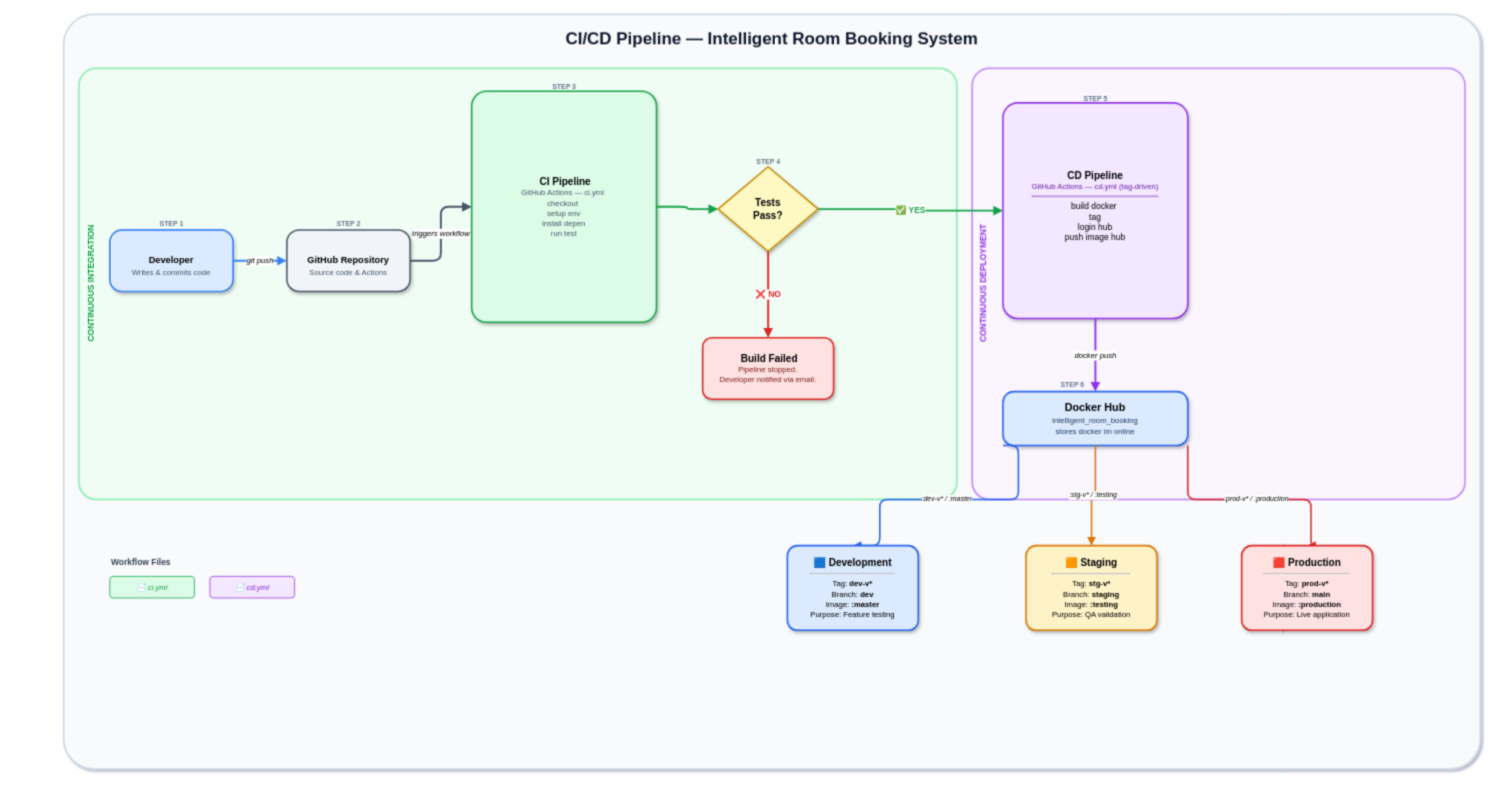
Above: CICD_DIAGRAM.drawio in chhounoudom59-crypto/room_booking- (draw.io), before the change. Source tidied: cells renumbered, new cells numbered last; positions are measured from the earlier drawing's top-left corner, leaving out a move shared by most shapes. Both pictures are drawn from the tidied source at 77%, with x=0, y=0 at pixel (63, 14).
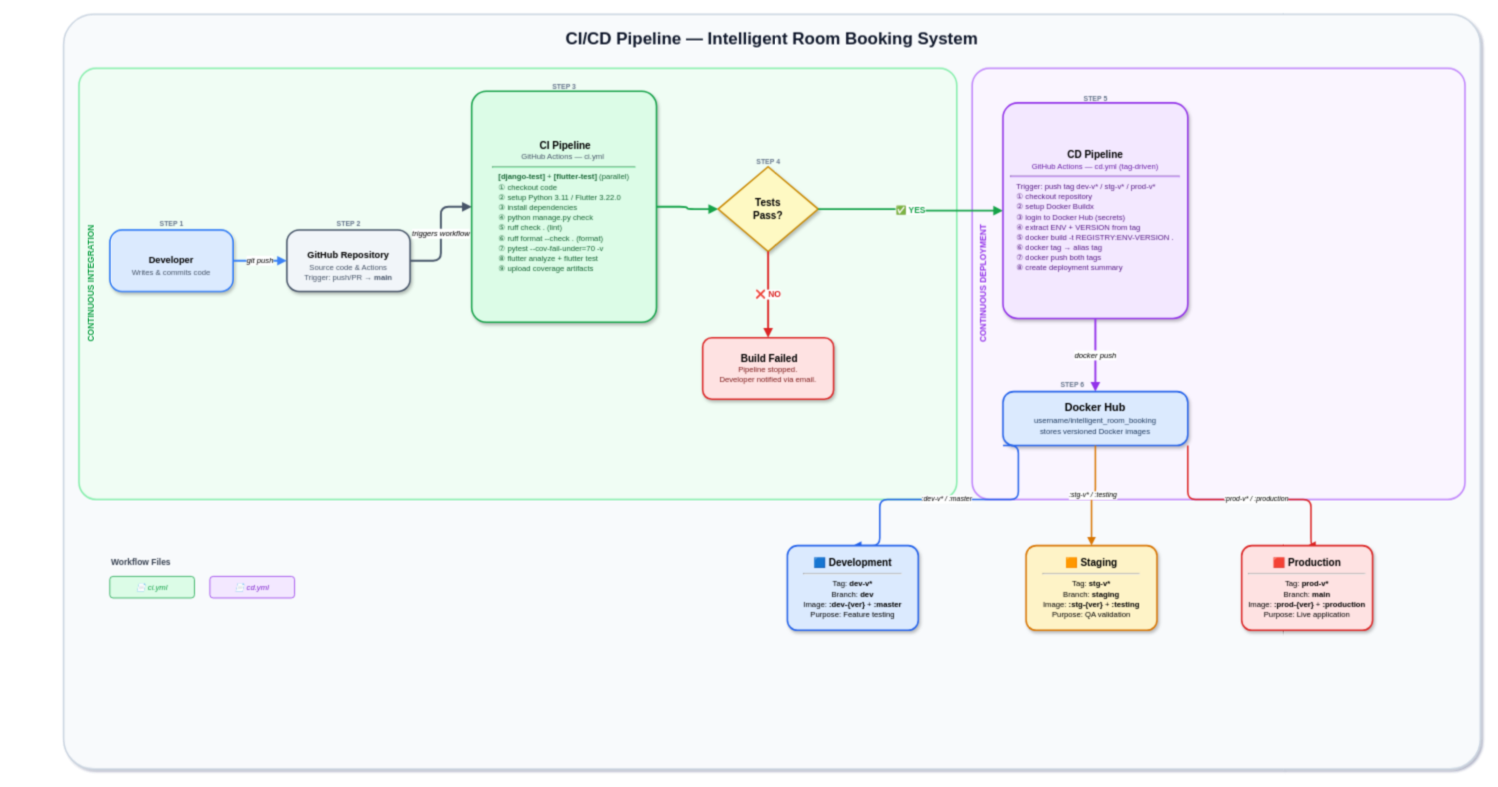
The same page after the edit.

Diff of the diagram source:
```diff
@@
-    <mxCell id="9" value="&lt;br&gt;&lt;b&gt;GitHub Repository&lt;/b&gt;&lt;br&gt;&lt;font style=&quot;font-size: 10px; color: rgb(71, 85, 105);&quot;&gt;Source code &amp;amp; Actions&lt;/font&gt;" style="rounded=1;whiteSpace=wrap;html=1;fillColor=#f1f5f9;strokeColor=#475569;strokeWidth=2;fontSize=12;fontStyle=0;arcSize=20;shadow=1;" parent="1" vertex="1">
+    <mxCell id="9" value="&lt;br&gt;&lt;b&gt;GitHub Repository&lt;/b&gt;&lt;br&gt;&lt;font style=&quot;font-size: 10px; color: rgb(71, 85, 105);&quot;&gt;Source code &amp;amp; Actions&lt;br/&gt;Trigger: push/PR → &lt;b&gt;main&lt;/b&gt;&lt;/font&gt;" style="rounded=1;whiteSpace=wrap;html=1;fillColor=#f1f5f9;strokeColor=#475569;strokeWidth=2;fontSize=12;fontStyle=0;arcSize=20;shadow=1;" parent="1" vertex="1">
       <mxGeometry x="290" y="280" width="160" height="80" as="geometry" />
     </mxCell>
@@
-    <mxCell id="12" value="&lt;b style=&quot;font-size:13px&quot;&gt;&amp;nbsp;CI Pipeline&lt;/b&gt;&lt;br&gt;&lt;font style=&quot;font-size: 10px; color: rgb(71, 85, 105);&quot;&gt;GitHub Actions — ci.yml&amp;nbsp;&lt;/font&gt;&lt;font style=&quot;font-size:11px&quot;&gt;&lt;br&gt;&lt;/font&gt;&lt;div&gt;&lt;font style=&quot;font-size: 10px; color: rgb(71, 85, 105);&quot;&gt;checkout&amp;nbsp;&lt;/font&gt;&lt;/div&gt;&lt;div&gt;&lt;font style=&quot;font-size: 10px; color: rgb(71, 85, 105);&quot;&gt;setup env&lt;/font&gt;&lt;/div&gt;&lt;div&gt;&lt;font style=&quot;font-size: 10px; color: rgb(71, 85, 105);&quot;&gt;install depen&lt;/font&gt;&lt;/div&gt;&lt;div&gt;&lt;font style=&quot;font-size: 10px; color: rgb(71, 85, 105);&quot;&gt;run test&lt;/font&gt;&lt;/div&gt;" style="rounded=1;whiteSpace=wrap;html=1;fillColor=#dcfce7;strokeColor=#16a34a;strokeWidth=2;fontSize=11;align=center;arcSize=8;shadow=1;spacingTop=6;spacingBottom=6;" parent="1" vertex="1">
+    <mxCell id="12" value="&lt;b style=&quot;font-size:13px&quot;&gt;&amp;nbsp;CI Pipeline&lt;/b&gt;&lt;br&gt;&lt;font style=&quot;font-size: 10px; color: rgb(71, 85, 105);&quot;&gt;GitHub Actions — ci.yml&amp;nbsp;&lt;/font&gt;&lt;hr style=&quot;border-color:#86efac;&quot;/&gt;&lt;div style=&quot;text-align:left;padding:0 8px;&quot;&gt;&lt;font style=&quot;font-size: 10px; color: rgb(22, 101, 52);&quot;&gt;&lt;b&gt;[django-test]&lt;/b&gt; + &lt;b&gt;[flutter-test]&lt;/b&gt; (parallel)&lt;br/&gt;① checkout code&lt;br/&gt;② setup Python 3.11 / Flutter 3.22.0&lt;br/&gt;③ install dependencies&lt;br/&gt;④ python manage.py check&lt;br/&gt;⑤ ruff check . (lint)&lt;br/&gt;⑥ ruff format --check . (format)&lt;br/&gt;⑦ pytest --cov-fail-under=70 -v&lt;br/&gt;⑧ flutter analyze + flutter test&lt;br/&gt;⑨ upload coverage artifacts&lt;/font&gt;&lt;/div&gt;" style="rounded=1;whiteSpace=wrap;html=1;fillColor=#dcfce7;strokeColor=#16a34a;strokeWidth=2;fontSize=11;align=center;arcSize=8;shadow=1;spacingTop=6;spacingBottom=6;" parent="1" vertex="1">
       <mxGeometry x="530" y="100" width="240" height="300" as="geometry" />
     </mxCell>
@@
-    <mxCell id="18" value="&lt;b style=&quot;font-size:13px&quot;&gt;CD Pipeline&lt;/b&gt;&lt;br&gt;&lt;font style=&quot;font-size: 10px; color: rgb(107, 33, 168);&quot;&gt;GitHub Actions — cd.yml (tag-driven)&lt;/font&gt;&lt;div&gt;&lt;hr style=&quot;border-color: rgb(192, 132, 252);&quot;&gt;&lt;font style=&quot;color: light-dark(rgb(0, 0, 0), rgb(153, 153, 255));&quot;&gt;build docker&amp;nbsp;&lt;/font&gt;&lt;/div&gt;&lt;div&gt;&lt;font style=&quot;color: light-dark(rgb(0, 0, 0), rgb(204, 153, 255));&quot;&gt;tag&lt;/font&gt;&lt;/div&gt;&lt;div&gt;&lt;font style=&quot;color: light-dark(rgb(0, 0, 0), rgb(204, 153, 255));&quot;&gt;login hub&lt;/font&gt;&lt;/div&gt;&lt;div&gt;&lt;font style=&quot;color: light-dark(rgb(0, 0, 0), rgb(204, 153, 255));&quot;&gt;push image hub&lt;/font&gt;&lt;/div&gt;&lt;div&gt;&lt;br&gt;&lt;/div&gt;" style="rounded=1;whiteSpace=wrap;html=1;fillColor=#f3e8ff;strokeColor=#9333ea;strokeWidth=2;fontSize=11;align=center;arcSize=8;shadow=1;spacingTop=6;spacingBottom=6;" parent="1" vertex="1">
+    <mxCell id="18" value="&lt;b style=&quot;font-size:13px&quot;&gt;CD Pipeline&lt;/b&gt;&lt;br&gt;&lt;font style=&quot;font-size: 10px; color: rgb(107, 33, 168);&quot;&gt;GitHub Actions — cd.yml (tag-driven)&lt;/font&gt;&lt;hr style=&quot;border-color:rgb(192, 132, 252);&quot;/&gt;&lt;div style=&quot;text-align:left;padding:0 8px;&quot;&gt;&lt;font style=&quot;font-size: 10px; color: rgb(88, 28, 135);&quot;&gt;Trigger: push tag dev-v* / stg-v* / prod-v*&lt;br/&gt;① checkout repository&lt;br/&gt;② setup Docker Buildx&lt;br/&gt;③ login to Docker Hub (secrets)&lt;br/&gt;④ extract ENV + VERSION from tag&lt;br/&gt;⑤ docker build -t REGISTRY:ENV-VERSION .&lt;br/&gt;⑥ docker tag → alias tag&lt;br/&gt;⑦ docker push both tags&lt;br/&gt;⑧ create deployment summary&lt;/font&gt;&lt;/div&gt;" style="rounded=1;whiteSpace=wrap;html=1;fillColor=#f3e8ff;strokeColor=#9333ea;strokeWidth=2;fontSize=11;align=center;arcSize=8;shadow=1;spacingTop=6;spacingBottom=6;" parent="1" vertex="1">
       <mxGeometry x="1220" y="115" width="240" height="280" as="geometry" />
     </mxCell>
@@
-    <mxCell id="20" value="&lt;b style=&quot;font-size:14px&quot;&gt;Docker Hub&lt;/b&gt;&lt;br&gt;&lt;font style=&quot;font-size: 10px; color: rgb(30, 58, 95);&quot;&gt;intelligent_room_booking&lt;/font&gt;&lt;div&gt;&lt;font style=&quot;font-size: 10px; color: rgb(30, 58, 95);&quot;&gt;stores docker im online&lt;/font&gt;&lt;/div&gt;" style="rounded=1;whiteSpace=wrap;html=1;fillColor=#dbeafe;strokeColor=#2563eb;strokeWidth=2;fontSize=12;arcSize=20;shadow=1;" parent="1" vertex="1">
+    <mxCell id="20" value="&lt;b style=&quot;font-size:14px&quot;&gt;Docker Hub&lt;/b&gt;&lt;br&gt;&lt;font style=&quot;font-size: 10px; color: rgb(30, 58, 95);&quot;&gt;username/intelligent_room_booking&lt;/font&gt;&lt;div&gt;&lt;font style=&quot;font-size: 10px; color: rgb(30, 58, 95);&quot;&gt;stores versioned Docker images&lt;/font&gt;&lt;/div&gt;" style="rounded=1;whiteSpace=wrap;html=1;fillColor=#dbeafe;strokeColor=#2563eb;strokeWidth=2;fontSize=12;arcSize=20;shadow=1;" parent="1" vertex="1">
       <mxGeometry x="1220" y="490" width="240" height="70" as="geometry" />
     </mxCell>
@@
-    <mxCell id="24" value="&lt;b style='font-size:13px'&gt;🟦 Development&lt;/b&gt;&lt;hr/&gt;&lt;font style='font-size:10px'&gt;Tag: &lt;b&gt;dev-v*&lt;/b&gt;&lt;br/&gt;Branch: &lt;b&gt;dev&lt;/b&gt;&lt;br/&gt;Image: &lt;b&gt;:master&lt;/b&gt;&lt;br/&gt;Purpose: Feature testing&lt;/font&gt;" style="rounded=1;whiteSpace=wrap;html=1;fillColor=#dbeafe;strokeColor=#2563eb;strokeWidth=2;fontSize=11;arcSize=12;shadow=1;" parent="1" vertex="1">
+    <mxCell id="24" value="&lt;b style='font-size:13px'&gt;🟦 Development&lt;/b&gt;&lt;hr/&gt;&lt;font style='font-size:10px'&gt;Tag: &lt;b&gt;dev-v*&lt;/b&gt;&lt;br/&gt;Branch: &lt;b&gt;dev&lt;/b&gt;&lt;br/&gt;Image: &lt;b&gt;:dev-{ver}&lt;/b&gt; + &lt;b&gt;:master&lt;/b&gt;&lt;br/&gt;Purpose: Feature testing&lt;/font&gt;" style="rounded=1;whiteSpace=wrap;html=1;fillColor=#dbeafe;strokeColor=#2563eb;strokeWidth=2;fontSize=11;arcSize=12;shadow=1;" parent="1" vertex="1">
       <mxGeometry x="940" y="690" width="170" height="110" as="geometry" />
     </mxCell>
-    <mxCell id="25" value="&lt;b style='font-size:13px'&gt;🟧 Staging&lt;/b&gt;&lt;hr/&gt;&lt;font style='font-size:10px'&gt;Tag: &lt;b&gt;stg-v*&lt;/b&gt;&lt;br/&gt;Branch: &lt;b&gt;staging&lt;/b&gt;&lt;br/&gt;Image: &lt;b&gt;:testing&lt;/b&gt;&lt;br/&gt;Purpose: QA validation&lt;/font&gt;" style="rounded=1;whiteSpace=wrap;html=1;fillColor=#fef3c7;strokeColor=#d97706;strokeWidth=2;fontSize=11;arcSize=12;shadow=1;" parent="1" vertex="1">
+    <mxCell id="25" value="&lt;b style='font-size:13px'&gt;🟧 Staging&lt;/b&gt;&lt;hr/&gt;&lt;font style='font-size:10px'&gt;Tag: &lt;b&gt;stg-v*&lt;/b&gt;&lt;br/&gt;Branch: &lt;b&gt;staging&lt;/b&gt;&lt;br/&gt;Image: &lt;b&gt;:stg-{ver}&lt;/b&gt; + &lt;b&gt;:testing&lt;/b&gt;&lt;br/&gt;Purpose: QA validation&lt;/font&gt;" style="rounded=1;whiteSpace=wrap;html=1;fillColor=#fef3c7;strokeColor=#d97706;strokeWidth=2;fontSize=11;arcSize=12;shadow=1;" parent="1" vertex="1">
       <mxGeometry x="1250" y="690" width="170" height="110" as="geometry" />
     </mxCell>
-    <mxCell id="26" value="&lt;b style='font-size:13px'&gt;🟥 Production&lt;/b&gt;&lt;hr/&gt;&lt;font style='font-size:10px'&gt;Tag: &lt;b&gt;prod-v*&lt;/b&gt;&lt;br/&gt;Branch: &lt;b&gt;main&lt;/b&gt;&lt;br/&gt;Image: &lt;b&gt;:production&lt;/b&gt;&lt;br/&gt;Purpose: Live application&lt;/font&gt;" style="rounded=1;whiteSpace=wrap;html=1;fillColor=#fee2e2;strokeColor=#dc2626;strokeWidth=2;fontSize=11;arcSize=12;shadow=1;" parent="1" vertex="1">
+    <mxCell id="26" value="&lt;b style='font-size:13px'&gt;🟥 Production&lt;/b&gt;&lt;hr/&gt;&lt;font style='font-size:10px'&gt;Tag: &lt;b&gt;prod-v*&lt;/b&gt;&lt;br/&gt;Branch: &lt;b&gt;main&lt;/b&gt;&lt;br/&gt;Image: &lt;b&gt;:prod-{ver}&lt;/b&gt; + &lt;b&gt;:production&lt;/b&gt;&lt;br/&gt;Purpose: Live application&lt;/font&gt;" style="rounded=1;whiteSpace=wrap;html=1;fillColor=#fee2e2;strokeColor=#dc2626;strokeWidth=2;fontSize=11;arcSize=12;shadow=1;" parent="1" vertex="1">
       <mxGeometry x="1530" y="690" width="170" height="110" as="geometry" />
     </mxCell>
```
